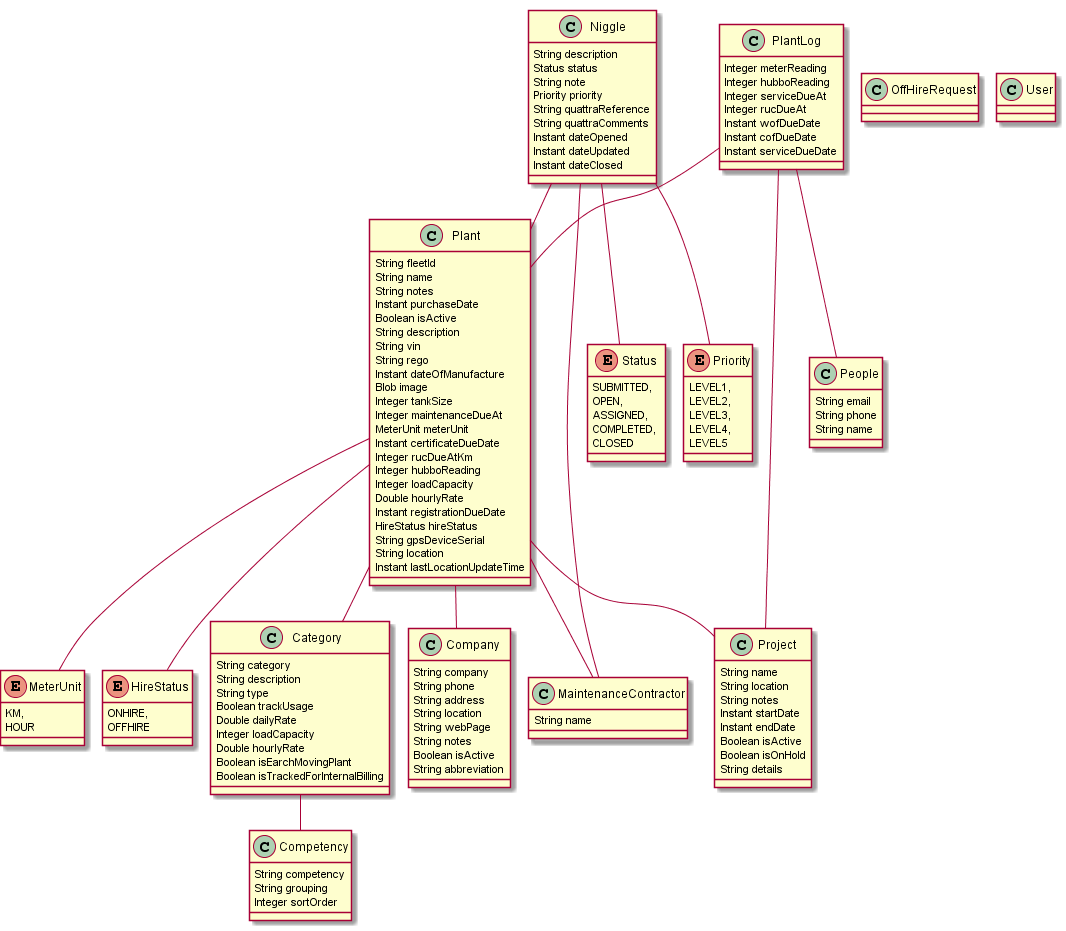
Before: jhipster-jdl.png, a diagram exported from PlantUML (LIUTaichen/newShirley). Its diagram source:
```plantuml
@startuml
	!pragma graphviz_dot jdot
	!pragma syntax class
	class Plant  {
		String fleetId
		String name
		String notes
		Instant purchaseDate
		Boolean isActive
		String description
		String vin
		String rego
		Instant dateOfManufacture
		Blob image
		Integer tankSize
		Integer maintenanceDueAt
		MeterUnit meterUnit
		Instant certificateDueDate
		Integer rucDueAtKm
		Integer hubboReading
		Integer loadCapacity
		Double hourlyRate
		Instant registrationDueDate
		HireStatus hireStatus
		String gpsDeviceSerial
		String location
		Instant lastLocationUpdateTime
	}
	Plant ..> MeterUnit
	Plant ..> HireStatus
	enum HireStatus {
		ONHIRE,
		OFFHIRE
	}
	class OffHireRequest  {
	}
	class Category  {
		String category
		String description
		String type
		Boolean trackUsage
		Double dailyRate
		Integer loadCapacity
		Double hourlyRate
		Boolean isEarchMovingPlant
		Boolean isTrackedForInternalBilling
	}
	class Company  {
		String company
		String phone
		String address
		String location
		String webPage
		String notes
		Boolean isActive
		String abbreviation
	}
	enum MeterUnit {
		KM,
		HOUR
	}
	class MaintenanceContractor  {
		String name
	}
	class Project  {
		String name
		String location
		String notes
		Instant startDate
		Instant endDate
		Boolean isActive
		Boolean isOnHold
		String details
	}
	class Competency  {
		String competency
		String grouping
		Integer sortOrder
	}
	class People  {
		String email
		String phone
		String name
	}
	class Niggle  {
		String description
		Status status
		String note
		Priority priority
		String quattraReference
		String quattraComments
		Instant dateOpened
		Instant dateUpdated
		Instant dateClosed
	}
	Niggle ..> Status
	Niggle ..> Priority
	enum Priority {
		LEVEL1,
		LEVEL2,
		LEVEL3,
		LEVEL4,
		LEVEL5
	}
	enum Status {
		SUBMITTED,
		OPEN,
		ASSIGNED,
		COMPLETED,
		CLOSED
	}
	class PlantLog  {
		Integer meterReading
		Integer hubboReading
		Integer serviceDueAt
		Integer rucDueAt
		Instant wofDueDate
		Instant cofDueDate
		Instant serviceDueDate
	}
	Plant  "category 0..* " o-- "0..1 "  Category
	Plant  "owner 0..* " o-- "0..1 "  Company
	Plant  "assignedContractor 0..* " o-- "0..1 "  MaintenanceContractor
	Plant  "project 0..* " o-- "0..1 "  Project
	PlantLog  "plant 0..* " o-- "0..1 "  Plant
	Niggle  "plant 0..* " o-- "0..1 "  Plant
	Niggle  "assignedContractor 0..* " o-- "0..1 "  MaintenanceContractor
	Category  "competency 0..* " o-- "0..1 "  Competency
	PlantLog  "operator 0..* " o-- "0..1 "  People
	PlantLog  "site 0..* " o-- "0..1 "  Project
	class User  {
	}
@enduml
```
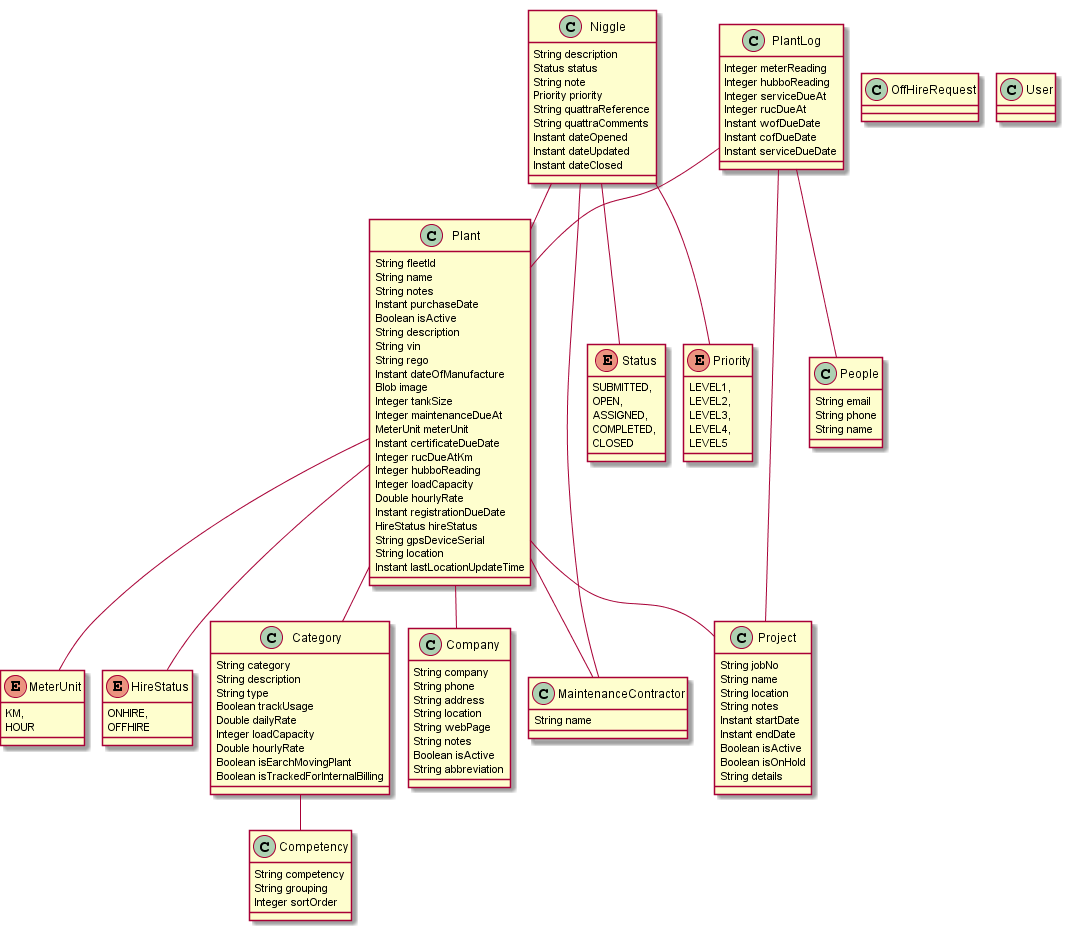
The same file after the commit.

What changed in the source:
```diff
@@ -63,6 +63,7 @@
 		String name
 	}
 	class Project  {
+		String jobNo
 		String name
 		String location
 		String notes
```
